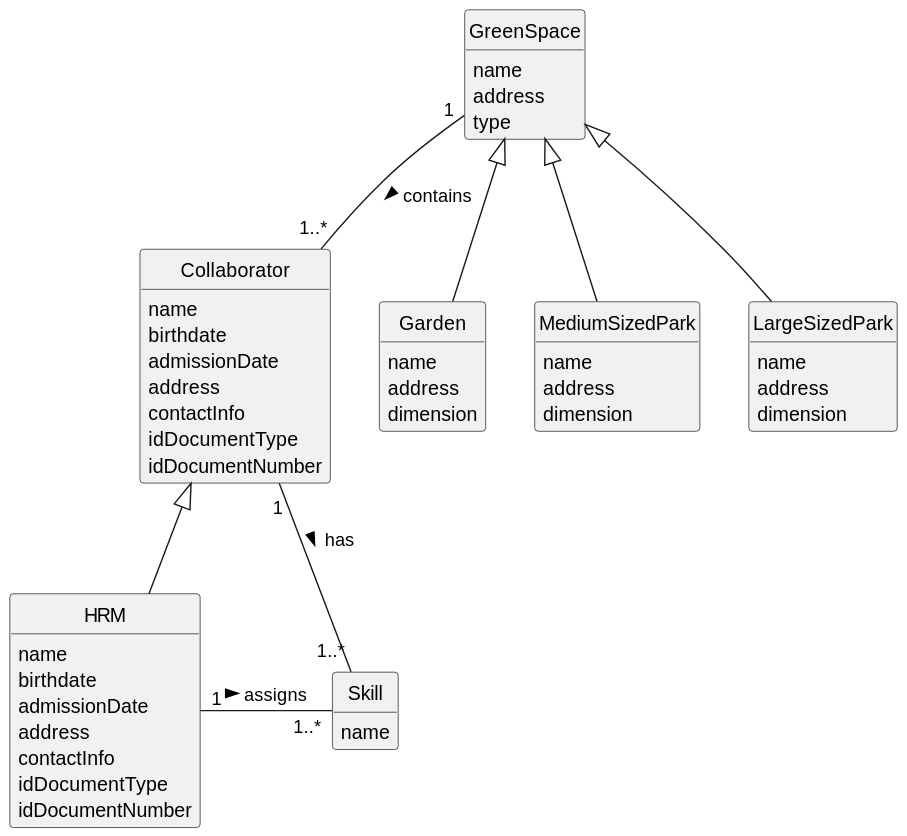
The PlantUML diagram docs/sprintA/us004/02.analysis/svg/us004-domain-model.svg in diogoveirospro/lei-24-s2-1dg-g072, before a commit.
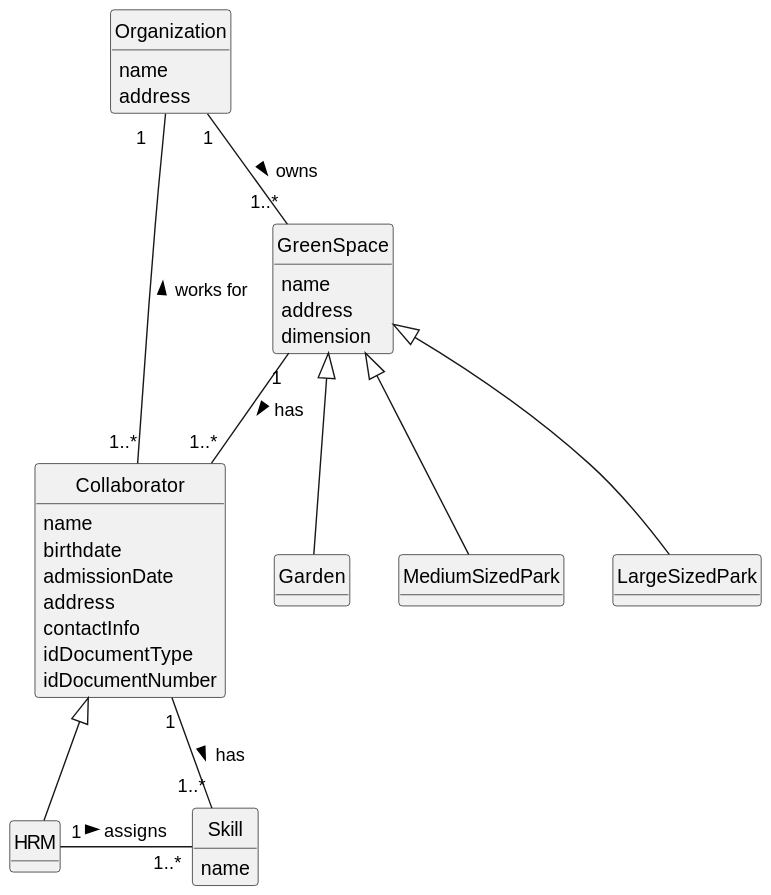
After the commit.

What changed in the source:
```diff
@@ -24,36 +24,29 @@
 }
 
 class HRM {
-   name
-   birthdate
-   admissionDate
-   address
-   contactInfo
-   idDocumentType
-   idDocumentNumber
+
 }
 class GreenSpace {
-    name
-    address
-    type
-}
-
-class Garden {
     name
     address
     dimension
 }
 
+class Garden {
+
+}
+
 class MediumSizedPark {
-    name
-    address
-    dimension
+
 }
 
 class LargeSizedPark {
+
+}
+
+class Organization{
     name
     address
-    dimension
 }
 
 GreenSpace <|-- Garden
@@ -62,5 +55,7 @@
 Collaborator <|-- HRM
 HRM "1" - "1..*" Skill : assigns >
 Collaborator "1" -- "1..*" Skill : has >
-GreenSpace "1" -- "1..*" Collaborator: contains >
+GreenSpace "1" -- "1..*" Collaborator: has >
+Organization "1" -- "1..*" GreenSpace: owns >
+Organization "1   " -- "1..*" Collaborator: works for <
 @enduml
```
